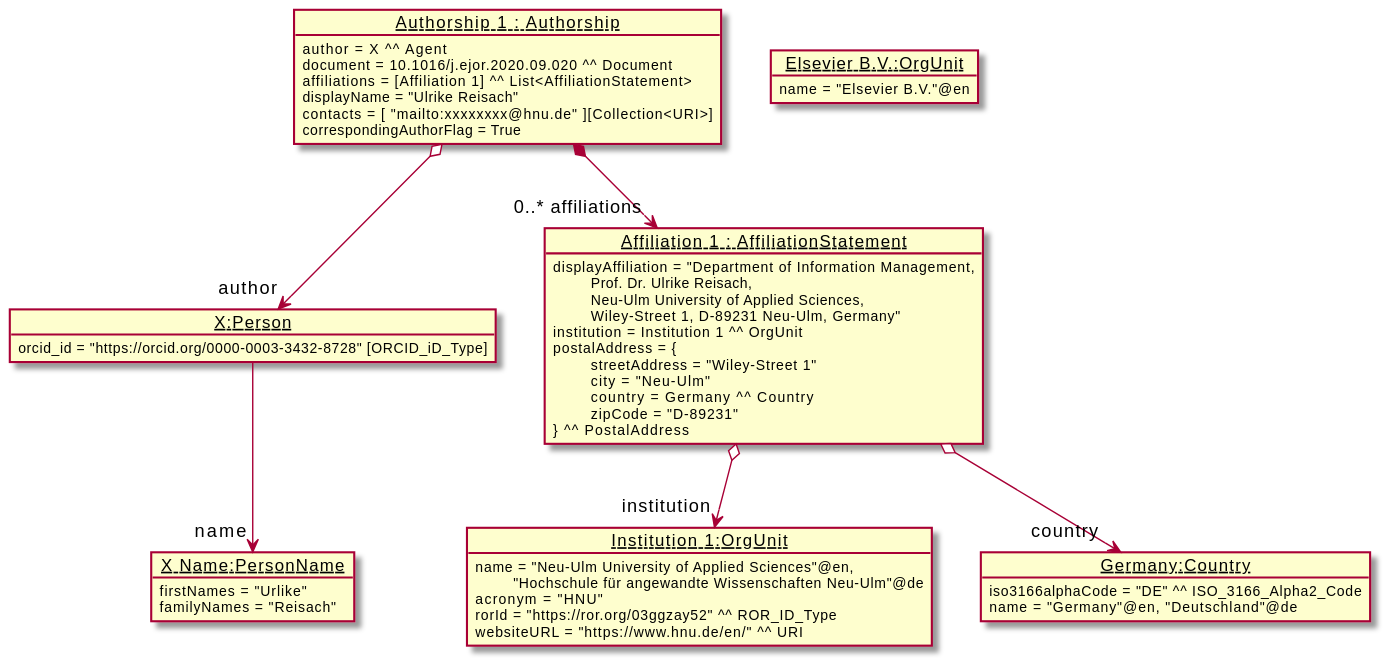
Earlier version of the PlantUML export diagrams/example.svg (EuroCRIS/CERIF-Core).
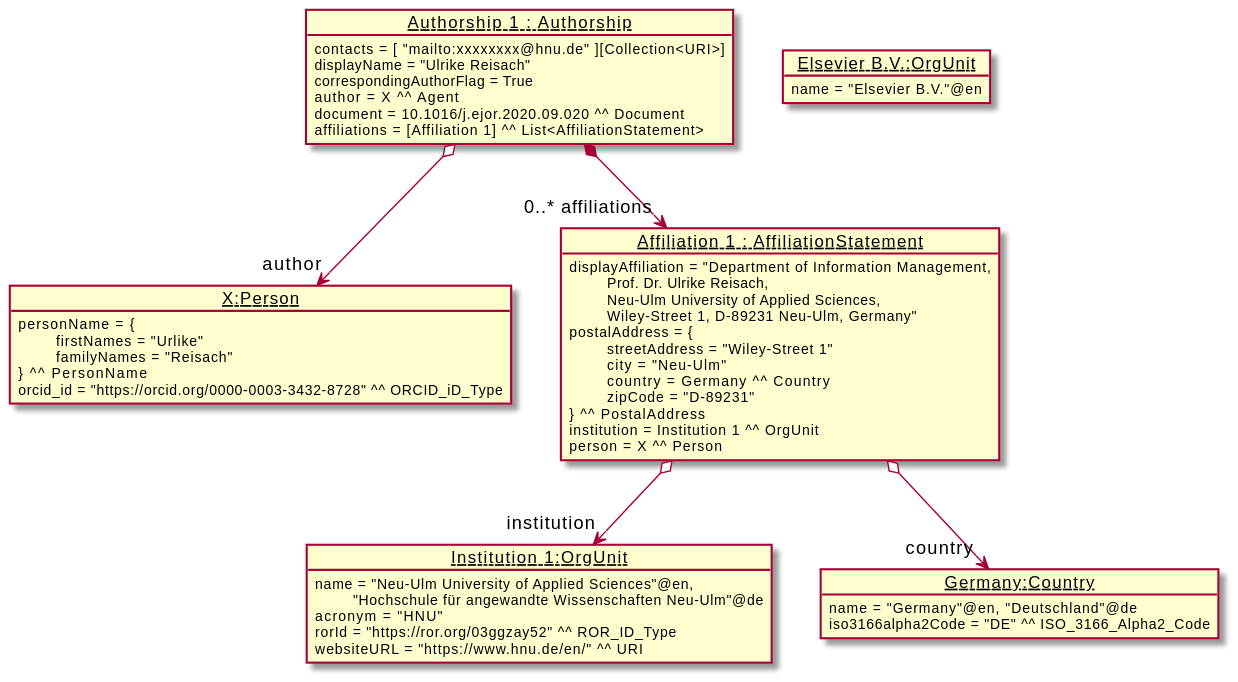
After the change.

What changed in the source:
```diff
@@ -1,14 +1,11 @@
 @startuml
 	object "<u>X:Person</u>" as X {
-           orcid_id = "https://orcid.org/0000-0003-3432-8728" [ORCID_iD_Type]
+           personName = {
+           \t firstNames = "Urlike"
+           \t familyNames = "Reisach"
+           } ^^ PersonName
+           orcid_id = "https://orcid.org/0000-0003-3432-8728" ^^ ORCID_iD_Type
         }
-
-	object "<u>X Name:PersonName</u>" as XName {
-            firstNames = "Urlike"
-            familyNames = "Reisach"
-        }
-
-    X --> "name" XName
 
     object "<u>Institution 1:OrgUnit</u>" as Ins1 {
     	    name = "Neu-Ulm University of Applied Sciences"@en,
@@ -19,8 +16,8 @@
     	}
 
     object "<u>Germany:Country</u>" as Ger {
-            iso3166alphaCode = "DE" ^^ ISO_3166_Alpha2_Code
-            name = "Germany"@en, "Deutschland"@de
+           name = "Germany"@en, "Deutschland"@de
+           iso3166alpha2Code = "DE" ^^ ISO_3166_Alpha2_Code
         }
 
     object "<u>Elsevier B.V.:OrgUnit</u>" as Elsevier {
@@ -32,22 +29,23 @@
             \t Prof. Dr. Ulrike Reisach,
             \t Neu-Ulm University of Applied Sciences,
             \t Wiley-Street 1, D-89231 Neu-Ulm, Germany"
-            institution = Institution 1 ^^ OrgUnit
             postalAddress = {
             \t streetAddress = "Wiley-Street 1"
             \t city = "Neu-Ulm"
             \t country = Germany ^^ Country
             \t zipCode = "D-89231"
             } ^^ PostalAddress
+            institution = Institution 1 ^^ OrgUnit
+            person = X ^^ Person
         }
 
     object "<u>Authorship 1 : Authorship</u>" as Aut1 {
+            contacts = [ "mailto:xxxxxxxx@hnu.de" ][Collection<URI>]
+            displayName = "Ulrike Reisach"
+            correspondingAuthorFlag = True
             author = X ^^ Agent
             document = 10.1016/j.ejor.2020.09.020 ^^ Document
             affiliations = [Affiliation 1] ^^ List<AffiliationStatement>
-            displayName = "Ulrike Reisach"
-            contacts = [ "mailto:xxxxxxxx@hnu.de" ][Collection<URI>]
-            correspondingAuthorFlag = True
         }
     Aut1 o--> "author" X
     Aff1 o--> "institution" Ins1
```
